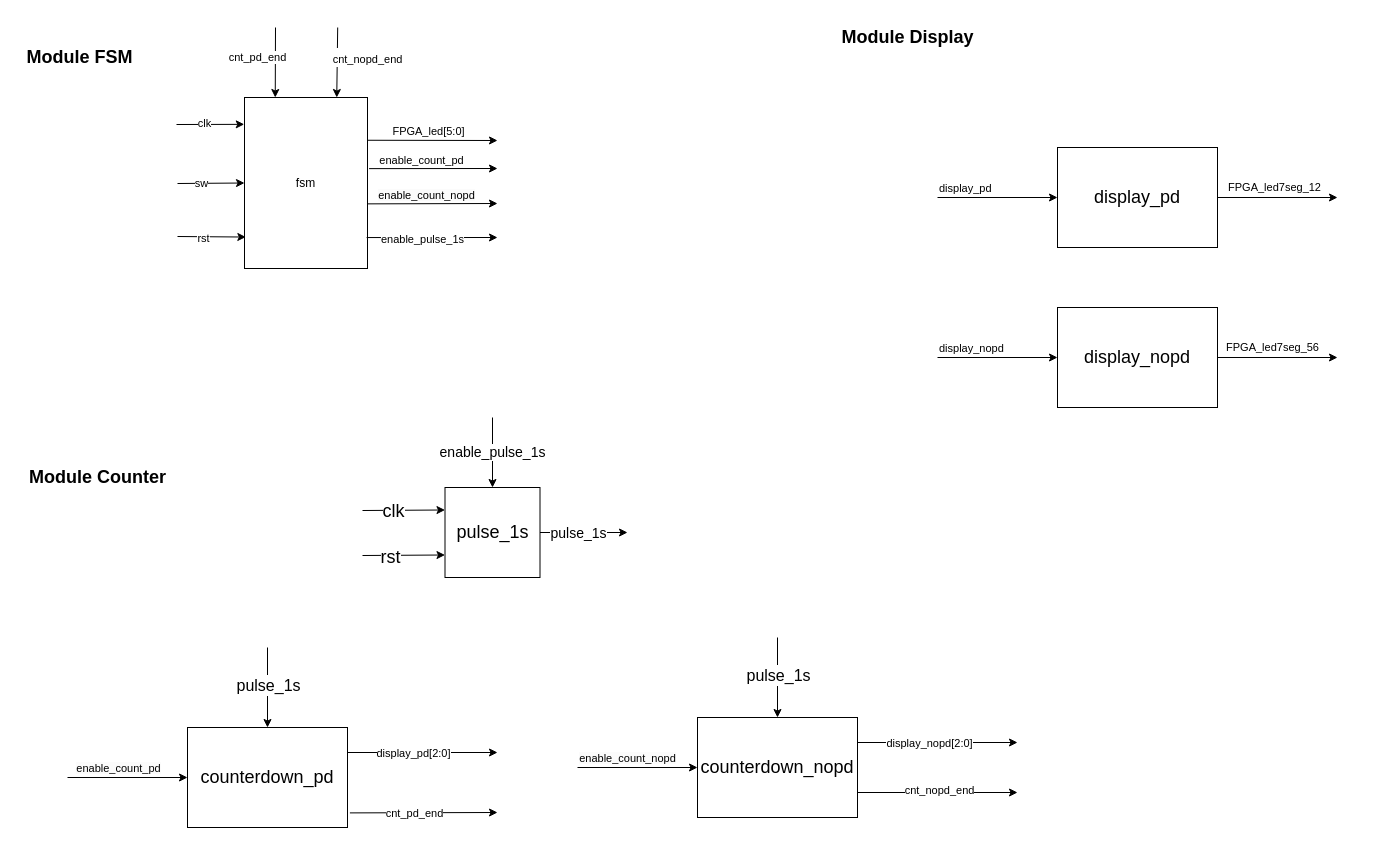
Earlier version of the draw.io diagram page "detail module" (3 of 3) of Lab5/Diagram/lab5.drawio (luhen168/Digital-Design). Source tidied: cells renumbered, new cells numbered last; positions are measured from the earlier drawing's top-left corner, leaving out a move shared by most shapes. Both pictures are drawn from the tidied source at 100%, with x=0, y=0 at pixel (17, 17).
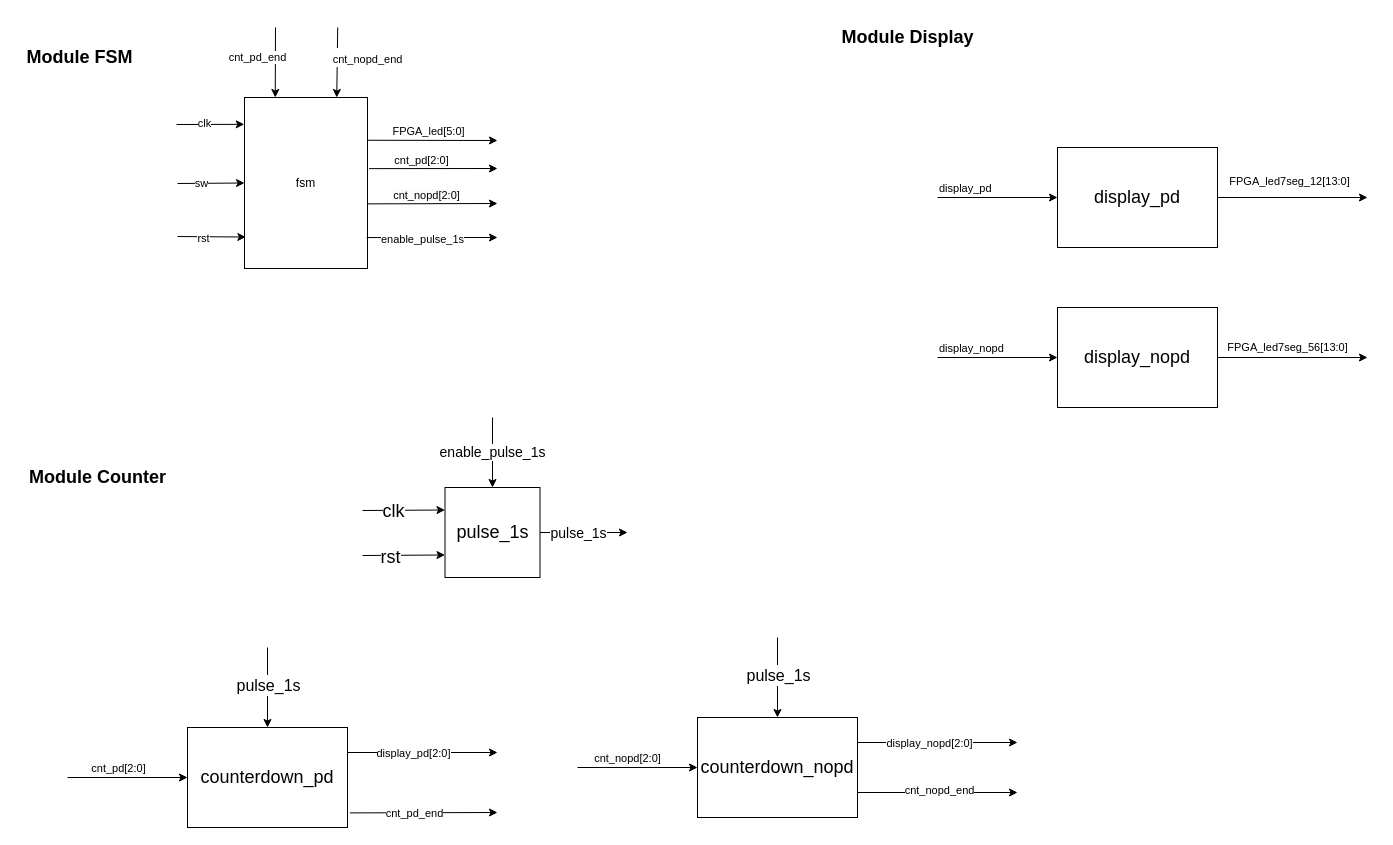
After the change.

Unchanged cells that the change refers to:
```xml
<mxCell id="15" style="edgeStyle=none;html=1;fontSize=11;exitX=0.999;exitY=0.622;exitDx=0;exitDy=0;exitPerimeter=0;" parent="1" edge="1" source="7">
  <mxGeometry relative="1" as="geometry">
    <mxPoint x="480" y="186" as="targetPoint" />
  </mxGeometry>
</mxCell>
<mxCell id="20" style="edgeStyle=none;html=1;fontSize=18;" parent="1" edge="1" target="24">
  <mxGeometry relative="1" as="geometry">
    <mxPoint x="50" y="760" as="sourcePoint" />
  </mxGeometry>
</mxCell>
<mxCell id="29" value="display_pd" style="rounded=0;whiteSpace=wrap;html=1;fontSize=18;" parent="1" vertex="1">
  <mxGeometry x="1040" y="130" width="160" height="100" as="geometry" />
</mxCell>
<mxCell id="35" style="edgeStyle=none;html=1;fontSize=18;" parent="1" edge="1" target="41">
  <mxGeometry relative="1" as="geometry">
    <mxPoint x="560" y="750" as="sourcePoint" />
  </mxGeometry>
</mxCell>
<mxCell id="55" value="display_nopd" style="rounded=0;whiteSpace=wrap;html=1;fontSize=18;" parent="1" vertex="1">
  <mxGeometry x="1040" y="290" width="160" height="100" as="geometry" />
</mxCell>
```

Diff of the diagram source:
```diff
@@
-    <mxCell id="16" value="&lt;span style=&quot;background-color: rgb(251, 251, 251);&quot;&gt;enable_count_nopd&lt;/span&gt;" style="edgeLabel;html=1;align=center;verticalAlign=middle;fontSize=11;" parent="15" vertex="1">
+    <mxCell id="16" value="&lt;span style=&quot;background-color: rgb(251, 251, 251);&quot;&gt;cnt_nopd[2:0]&lt;/span&gt;" style="edgeLabel;html=1;align=center;verticalAlign=middle;fontSize=11;" parent="15" vertex="1">
       <mxGeometry x="-0.21" y="1" relative="1" as="geometry">
         <mxPoint x="8" y="-8" as="offset" />
       </mxGeometry>
     </mxCell>
@@
-    <mxCell id="21" value="&lt;span style=&quot;background-color: rgb(251, 251, 251);&quot;&gt;enable_count_pd&lt;/span&gt;" style="edgeLabel;html=1;align=center;verticalAlign=middle;" parent="20" vertex="1">
+    <mxCell id="21" value="&lt;span style=&quot;background-color: rgb(251, 251, 251);&quot;&gt;cnt_pd[2:0]&lt;/span&gt;" style="edgeLabel;html=1;align=center;verticalAlign=middle;" parent="20" vertex="1">
       <mxGeometry x="-0.17" relative="1" as="geometry">
         <mxPoint y="-10" as="offset" />
       </mxGeometry>
     </mxCell>
@@
     <mxCell id="27" style="edgeStyle=none;html=1;fontSize=18;" parent="1" edge="1" source="29">
       <mxGeometry relative="1" as="geometry">
-        <mxPoint x="1320" y="180" as="targetPoint" />
+        <mxPoint x="1350" y="180" as="targetPoint" />
       </mxGeometry>
     </mxCell>
-    <mxCell id="28" value="&lt;span style=&quot;font-size: 11px;&quot;&gt;FPGA_led7seg_12&lt;/span&gt;" style="edgeLabel;html=1;align=center;verticalAlign=middle;fontSize=16;" parent="27" vertex="1">
+    <mxCell id="28" value="&lt;span style=&quot;font-size: 11px;&quot;&gt;FPGA_led7seg_12[13:0]&lt;/span&gt;" style="edgeLabel;html=1;align=center;verticalAlign=middle;fontSize=16;" parent="27" vertex="1">
       <mxGeometry x="-0.44" y="2" relative="1" as="geometry">
-        <mxPoint x="22" y="-11" as="offset" />
+        <mxPoint x="29" y="-17" as="offset" />
       </mxGeometry>
     </mxCell>
@@
-    <mxCell id="34" value="&lt;font style=&quot;font-size: 11px;&quot;&gt;enable_count_pd&lt;/font&gt;" style="text;html=1;align=center;verticalAlign=middle;strokeColor=none;fillColor=none;fontSize=18;" parent="1" vertex="1">
-      <mxGeometry x="349" y="121" width="110" height="40" as="geometry" />
+    <mxCell id="34" value="&lt;font style=&quot;font-size: 11px;&quot;&gt;cnt_pd[2:0]&lt;/font&gt;" style="text;html=1;align=center;verticalAlign=middle;strokeColor=none;fillColor=none;fontSize=18;" parent="1" vertex="1">
+      <mxGeometry x="364" y="121" width="80" height="40" as="geometry" />
     </mxCell>
@@
-    <mxCell id="36" value="&lt;span style=&quot;background-color: rgb(251, 251, 251);&quot;&gt;enable_count_nopd&lt;/span&gt;" style="edgeLabel;html=1;align=center;verticalAlign=middle;" parent="35" vertex="1">
+    <mxCell id="36" value="&lt;span style=&quot;background-color: rgb(251, 251, 251);&quot;&gt;cnt_nopd[2:0]&lt;/span&gt;" style="edgeLabel;html=1;align=center;verticalAlign=middle;" parent="35" vertex="1">
       <mxGeometry x="-0.19" relative="1" as="geometry">
         <mxPoint y="-10" as="offset" />
       </mxGeometry>
     </mxCell>
@@
     <mxCell id="54" style="edgeStyle=none;html=1;fontSize=18;" parent="1" edge="1" source="55">
       <mxGeometry relative="1" as="geometry">
-        <mxPoint x="1320" y="340" as="targetPoint" />
+        <mxPoint x="1350" y="340" as="targetPoint" />
       </mxGeometry>
     </mxCell>
@@
-    <mxCell id="57" value="&lt;span style=&quot;font-size: 11px; background-color: rgb(255, 255, 255);&quot;&gt;FPGA_led7seg_56&lt;/span&gt;" style="text;html=1;align=center;verticalAlign=middle;strokeColor=none;fillColor=none;fontSize=16;" parent="1" vertex="1">
-      <mxGeometry x="1195" y="313" width="120" height="30" as="geometry" />
+    <mxCell id="57" value="&lt;span style=&quot;font-size: 11px; background-color: rgb(255, 255, 255);&quot;&gt;FPGA_led7seg_56[13:0]&lt;/span&gt;" style="text;html=1;align=center;verticalAlign=middle;strokeColor=none;fillColor=none;fontSize=16;" parent="1" vertex="1">
+      <mxGeometry x="1200" y="313" width="140" height="30" as="geometry" />
     </mxCell>
```
